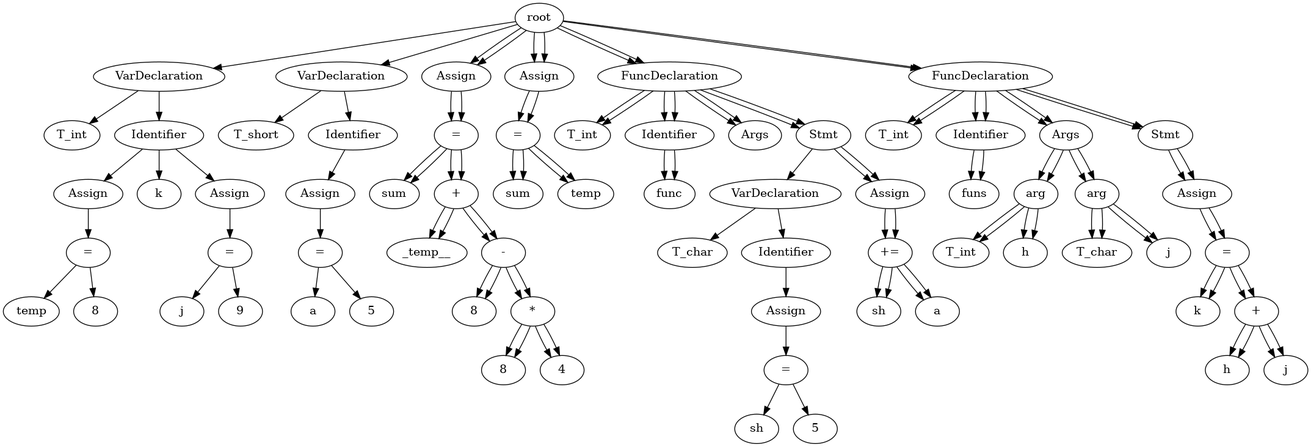
Before: test.gv.png, a diagram exported from Graphviz (Jstar49/starCC). Its source is kept beside it as test.gv.
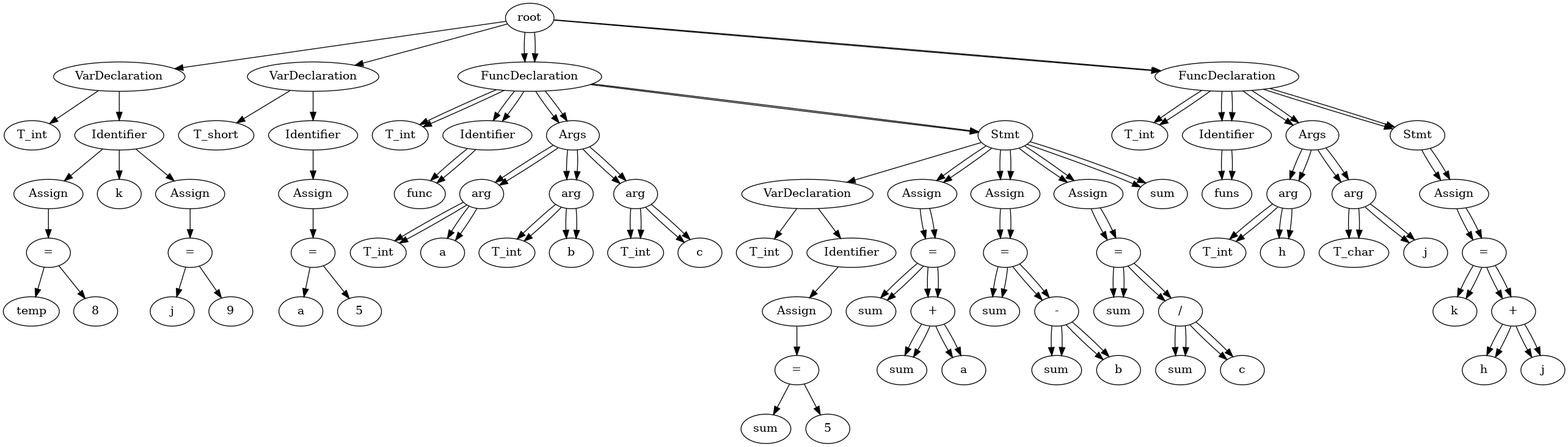
After the commit.

What changed in the source:
```diff
@@ -38,187 +38,227 @@
 	17 -> 16
 	18 [label=5]
 	17 -> 18
-	19 [label=Assign]
+	19 [label=FuncDeclaration]
 	None -> 19
-	21 [label="="]
+	20 [label=T_int]
+	19 -> 20
+	21 [label=Identifier]
 	19 -> 21
-	20 [label=sum]
-	21 -> 20
-	23 [label="+"]
-	21 -> 23
-	22 [label=_temp__]
-	23 -> 22
-	25 [label="-"]
-	23 -> 25
-	24 [label=8]
-	25 -> 24
-	27 [label="*"]
-	25 -> 27
-	26 [label=8]
-	27 -> 26
-	28 [label=4]
+	22 [label=func]
+	21 -> 22
+	23 [label=Args]
+	19 -> 23
+	24 [label=arg]
+	23 -> 24
+	25 [label=T_int]
+	24 -> 25
+	26 [label=a]
+	24 -> 26
+	27 [label=arg]
+	23 -> 27
+	28 [label=T_int]
 	27 -> 28
-	29 [label=Assign]
-	None -> 29
-	31 [label="="]
-	29 -> 31
-	30 [label=sum]
-	31 -> 30
-	32 [label=temp]
-	31 -> 32
-	33 [label=FuncDeclaration]
-	None -> 33
-	34 [label=T_int]
+	29 [label=b]
+	27 -> 29
+	30 [label=arg]
+	23 -> 30
+	31 [label=T_int]
+	30 -> 31
+	32 [label=c]
+	30 -> 32
+	33 [label=Stmt]
+	19 -> 33
+	34 [label=VarDeclaration]
 	33 -> 34
-	35 [label=Identifier]
-	33 -> 35
-	36 [label=func]
-	35 -> 36
-	37 [label=Args]
-	33 -> 37
-	38 [label=Stmt]
-	33 -> 38
-	39 [label=VarDeclaration]
-	38 -> 39
-	40 [label=T_char]
+	35 [label=T_int]
+	34 -> 35
+	36 [label=Identifier]
+	34 -> 36
+	37 [label=Assign]
+	36 -> 37
+	39 [label="="]
+	37 -> 39
+	38 [label=sum]
+	39 -> 38
+	40 [label=5]
 	39 -> 40
-	41 [label=Identifier]
-	39 -> 41
-	42 [label=Assign]
-	41 -> 42
-	44 [label="="]
-	42 -> 44
-	43 [label=sh]
-	44 -> 43
-	45 [label=5]
-	44 -> 45
-	46 [label=Assign]
-	38 -> 46
-	48 [label="+="]
-	46 -> 48
-	47 [label=sh]
-	48 -> 47
-	49 [label=a]
-	48 -> 49
-	50 [label=FuncDeclaration]
-	None -> 50
-	51 [label=T_int]
-	50 -> 51
-	52 [label=Identifier]
-	50 -> 52
-	53 [label=funs]
-	52 -> 53
-	54 [label=Args]
-	50 -> 54
-	55 [label=arg]
-	54 -> 55
-	56 [label=T_int]
-	55 -> 56
-	57 [label=h]
+	41 [label=Assign]
+	33 -> 41
+	43 [label="="]
+	41 -> 43
+	42 [label=sum]
+	43 -> 42
+	45 [label="+"]
+	43 -> 45
+	44 [label=sum]
+	45 -> 44
+	46 [label=a]
+	45 -> 46
+	47 [label=Assign]
+	33 -> 47
+	49 [label="="]
+	47 -> 49
+	48 [label=sum]
+	49 -> 48
+	51 [label="-"]
+	49 -> 51
+	50 [label=sum]
+	51 -> 50
+	52 [label=b]
+	51 -> 52
+	53 [label=Assign]
+	33 -> 53
+	55 [label="="]
+	53 -> 55
+	54 [label=sum]
+	55 -> 54
+	57 [label="/"]
 	55 -> 57
-	58 [label=arg]
-	54 -> 58
-	59 [label=T_char]
-	58 -> 59
-	60 [label=j]
-	58 -> 60
-	61 [label=Stmt]
-	50 -> 61
-	62 [label=Assign]
-	61 -> 62
-	64 [label="="]
-	62 -> 64
-	63 [label=k]
-	64 -> 63
-	66 [label="+"]
-	64 -> 66
-	65 [label=h]
-	66 -> 65
-	67 [label=j]
-	66 -> 67
+	56 [label=sum]
+	57 -> 56
+	58 [label=c]
+	57 -> 58
+	59 [label=sum]
+	33 -> 59
+	60 [label=FuncDeclaration]
+	None -> 60
+	61 [label=T_int]
+	60 -> 61
+	62 [label=Identifier]
+	60 -> 62
+	63 [label=funs]
+	62 -> 63
+	64 [label=Args]
+	60 -> 64
+	65 [label=arg]
+	64 -> 65
+	66 [label=T_int]
+	65 -> 66
+	67 [label=h]
+	65 -> 67
+	68 [label=arg]
+	64 -> 68
+	69 [label=T_char]
+	68 -> 69
+	70 [label=j]
+	68 -> 70
+	71 [label=Stmt]
+	60 -> 71
+	72 [label=Assign]
+	71 -> 72
+	74 [label="="]
+	72 -> 74
+	73 [label=k]
+	74 -> 73
+	76 [label="+"]
+	74 -> 76
+	75 [label=h]
+	76 -> 75
+	77 [label=j]
+	76 -> 77
 	None [label=root]
-	19 [label=Assign]
+	19 [label=FuncDeclaration]
 	None -> 19
-	21 [label="="]
+	20 [label=T_int]
+	19 -> 20
+	21 [label=Identifier]
 	19 -> 21
-	20 [label=sum]
-	21 -> 20
-	23 [label="+"]
-	21 -> 23
-	22 [label=_temp__]
-	23 -> 22
-	25 [label="-"]
-	23 -> 25
-	24 [label=8]
-	25 -> 24
-	27 [label="*"]
-	25 -> 27
-	26 [label=8]
-	27 -> 26
-	28 [label=4]
+	22 [label=func]
+	21 -> 22
+	23 [label=Args]
+	19 -> 23
+	24 [label=arg]
+	23 -> 24
+	25 [label=T_int]
+	24 -> 25
+	26 [label=a]
+	24 -> 26
+	27 [label=arg]
+	23 -> 27
+	28 [label=T_int]
 	27 -> 28
-	29 [label=Assign]
-	None -> 29
-	31 [label="="]
-	29 -> 31
-	30 [label=sum]
-	31 -> 30
-	32 [label=temp]
-	31 -> 32
-	33 [label=FuncDeclaration]
-	None -> 33
-	34 [label=T_int]
-	33 -> 34
-	35 [label=Identifier]
-	33 -> 35
-	36 [label=func]
-	35 -> 36
-	37 [label=Args]
-	33 -> 37
-	38 [label=Stmt]
-	33 -> 38
-	46 [label=Assign]
-	38 -> 46
-	48 [label="+="]
-	46 -> 48
-	47 [label=sh]
-	48 -> 47
-	49 [label=a]
-	48 -> 49
-	50 [label=FuncDeclaration]
-	None -> 50
-	51 [label=T_int]
-	50 -> 51
-	52 [label=Identifier]
-	50 -> 52
-	53 [label=funs]
-	52 -> 53
-	54 [label=Args]
-	50 -> 54
-	55 [label=arg]
-	54 -> 55
-	56 [label=T_int]
-	55 -> 56
-	57 [label=h]
+	29 [label=b]
+	27 -> 29
+	30 [label=arg]
+	23 -> 30
+	31 [label=T_int]
+	30 -> 31
+	32 [label=c]
+	30 -> 32
+	33 [label=Stmt]
+	19 -> 33
+	41 [label=Assign]
+	33 -> 41
+	43 [label="="]
+	41 -> 43
+	42 [label=sum]
+	43 -> 42
+	45 [label="+"]
+	43 -> 45
+	44 [label=sum]
+	45 -> 44
+	46 [label=a]
+	45 -> 46
+	47 [label=Assign]
+	33 -> 47
+	49 [label="="]
+	47 -> 49
+	48 [label=sum]
+	49 -> 48
+	51 [label="-"]
+	49 -> 51
+	50 [label=sum]
+	51 -> 50
+	52 [label=b]
+	51 -> 52
+	53 [label=Assign]
+	33 -> 53
+	55 [label="="]
+	53 -> 55
+	54 [label=sum]
+	55 -> 54
+	57 [label="/"]
 	55 -> 57
-	58 [label=arg]
-	54 -> 58
-	59 [label=T_char]
-	58 -> 59
-	60 [label=j]
-	58 -> 60
-	61 [label=Stmt]
-	50 -> 61
-	62 [label=Assign]
-	61 -> 62
-	64 [label="="]
-	62 -> 64
-	63 [label=k]
-	64 -> 63
-	66 [label="+"]
-	64 -> 66
-	65 [label=h]
-	66 -> 65
-	67 [label=j]
-	66 -> 67
+	56 [label=sum]
+	57 -> 56
+	58 [label=c]
+	57 -> 58
+	59 [label=sum]
+	33 -> 59
+	60 [label=FuncDeclaration]
+	None -> 60
+	61 [label=T_int]
+	60 -> 61
+	62 [label=Identifier]
+	60 -> 62
+	63 [label=funs]
+	62 -> 63
+	64 [label=Args]
+	60 -> 64
+	65 [label=arg]
+	64 -> 65
+	66 [label=T_int]
+	65 -> 66
+	67 [label=h]
+	65 -> 67
+	68 [label=arg]
+	64 -> 68
+	69 [label=T_char]
+	68 -> 69
+	70 [label=j]
+	68 -> 70
+	71 [label=Stmt]
+	60 -> 71
+	72 [label=Assign]
+	71 -> 72
+	74 [label="="]
+	72 -> 74
+	73 [label=k]
+	74 -> 73
+	76 [label="+"]
+	74 -> 76
+	75 [label=h]
+	76 -> 75
+	77 [label=j]
+	76 -> 77
 }
```
